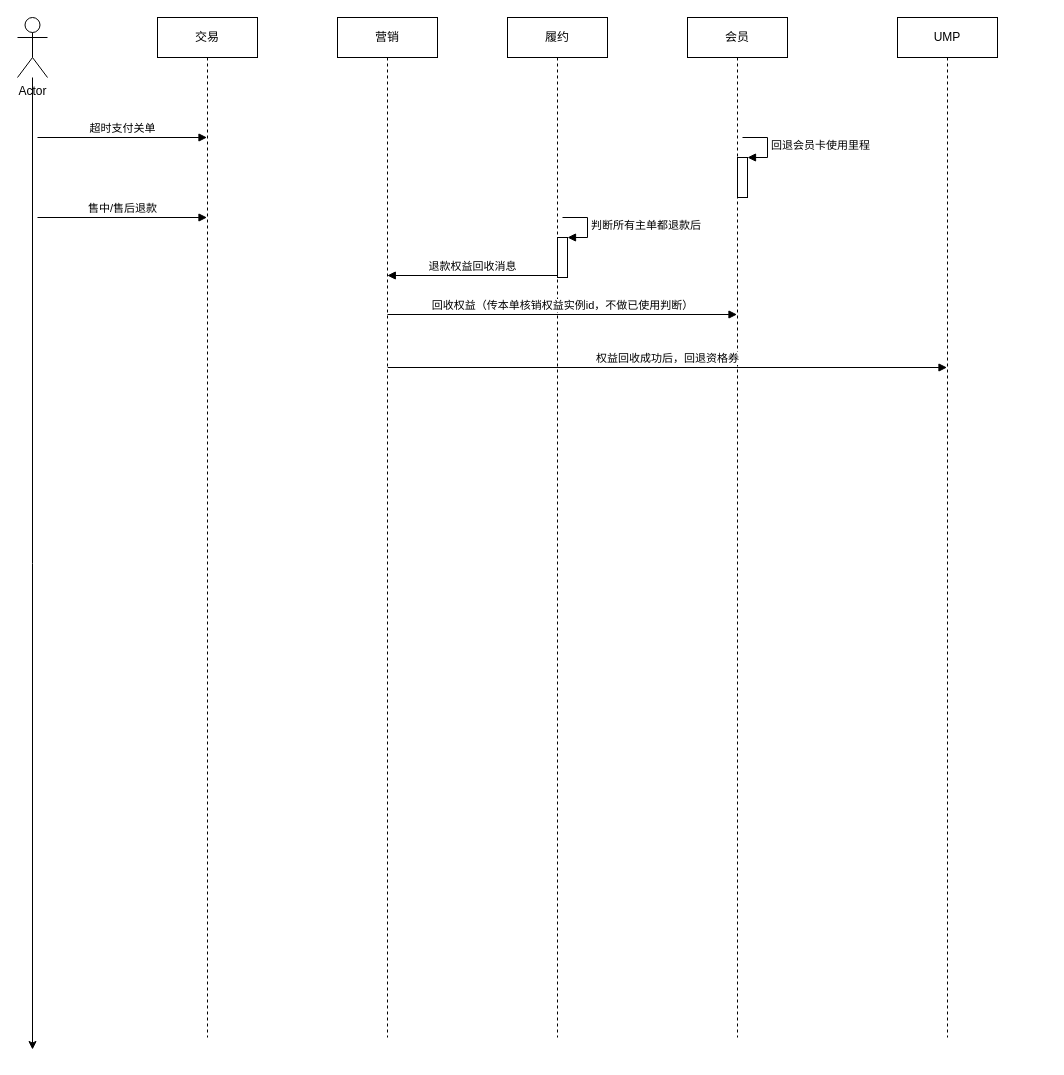
Above: page "搭售逆向流程" (7 of 8) of 付费权益.drawio in renqiuming/drawio (draw.io), before the change. Source tidied: cells renumbered, new cells numbered last; positions are measured from the earlier drawing's top-left corner, leaving out a move shared by most shapes. Both pictures are drawn from the tidied source at 100%, with x=0, y=0 at pixel (17, 17).
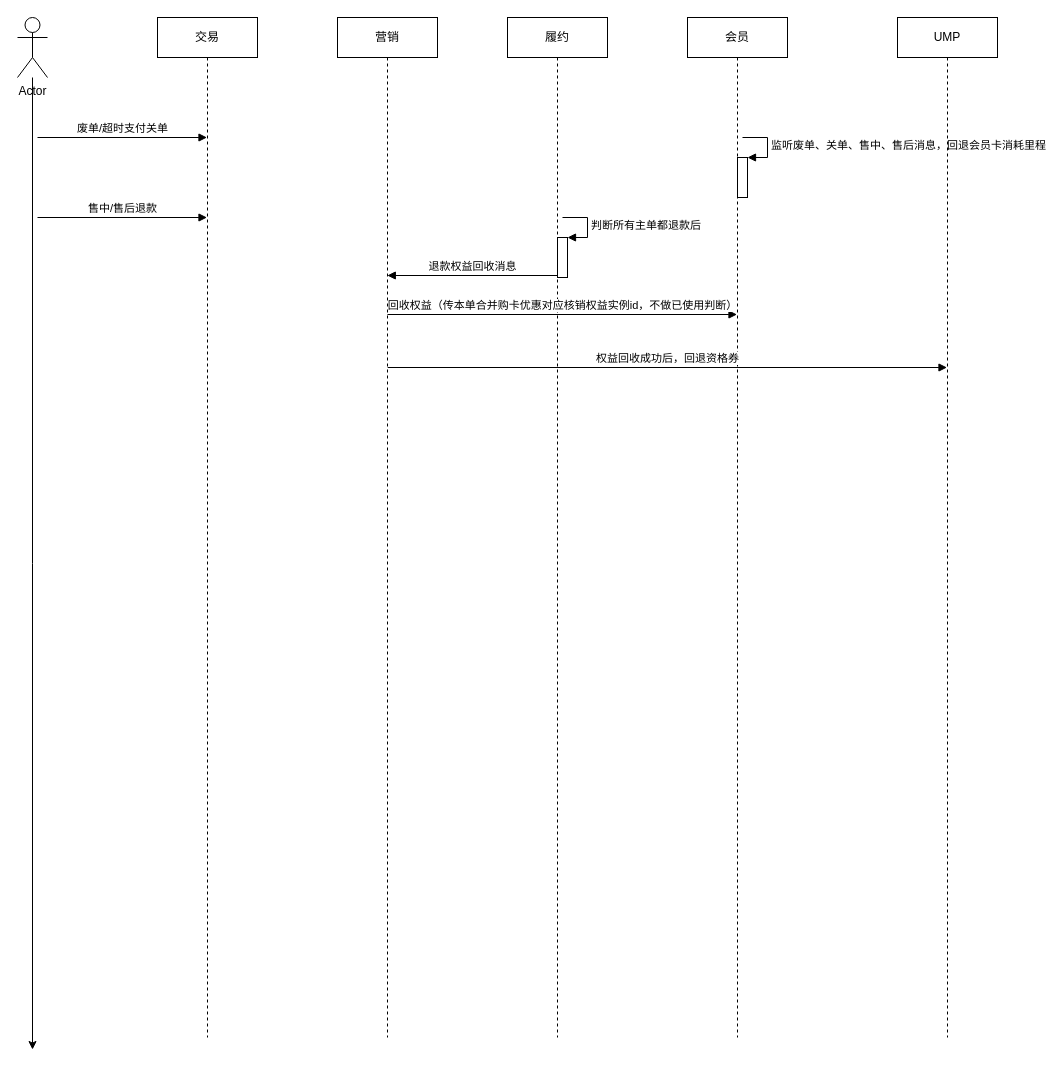
The same diagram, later.

The change refers to these unchanged cells:
```xml
<mxCell id="4" value="交易" style="shape=umlLifeline;perimeter=lifelinePerimeter;whiteSpace=wrap;html=1;outlineConnect=0;" parent="1" vertex="1">
  <mxGeometry x="140" width="100" height="1020" as="geometry" />
</mxCell>
<mxCell id="8" value="会员" style="shape=umlLifeline;perimeter=lifelinePerimeter;whiteSpace=wrap;html=1;" parent="1" vertex="1">
  <mxGeometry x="670" width="100" height="1020" as="geometry" />
</mxCell>
<mxCell id="9" style="html=1;points=[];perimeter=orthogonalPerimeter;" parent="8" vertex="1">
  <mxGeometry x="50" y="140" width="10" height="40" as="geometry" />
</mxCell>
```

Change to the diagram source:
```diff
@@
-    <mxCell id="10" value="回退会员卡使用里程" style="edgeStyle=orthogonalEdgeStyle;html=1;align=left;spacingLeft=2;endArrow=block;rounded=0;entryX=1;entryY=0;" parent="8" edge="1" target="9">
+    <mxCell id="10" value="监听废单、关单、售中、售后消息，回退会员卡消耗里程" style="edgeStyle=orthogonalEdgeStyle;html=1;align=left;spacingLeft=2;endArrow=block;rounded=0;entryX=1;entryY=0;" parent="8" edge="1" target="9">
       <mxGeometry relative="1" as="geometry">
         <mxPoint x="55" y="120" as="sourcePoint" />
         <Array as="points">
           <mxPoint x="80" y="120" />
         </Array>
       </mxGeometry>
     </mxCell>
-    <mxCell id="11" value="超时支付关单" style="html=1;verticalAlign=bottom;endArrow=block;" parent="1" edge="1" target="4">
+    <mxCell id="11" value="废单/超时支付关单" style="html=1;verticalAlign=bottom;endArrow=block;" parent="1" edge="1" target="4">
       <mxGeometry relative="1" as="geometry">
         <mxPoint x="20" y="120" as="sourcePoint" />
       </mxGeometry>
     </mxCell>
@@
-    <mxCell id="13" value="回收权益（传本单核销权益实例id，不做已使用判断）" style="html=1;verticalAlign=bottom;endArrow=block;" parent="1" edge="1">
+    <mxCell id="13" value="回收权益（传本单合并购卡优惠对应核销权益实例id，不做已使用判断）" style="html=1;verticalAlign=bottom;endArrow=block;" parent="1" edge="1">
       <mxGeometry relative="1" as="geometry">
         <mxPoint x="370" y="297" as="sourcePoint" />
         <mxPoint x="719.5" y="297" as="targetPoint" />
       </mxGeometry>
     </mxCell>
```
